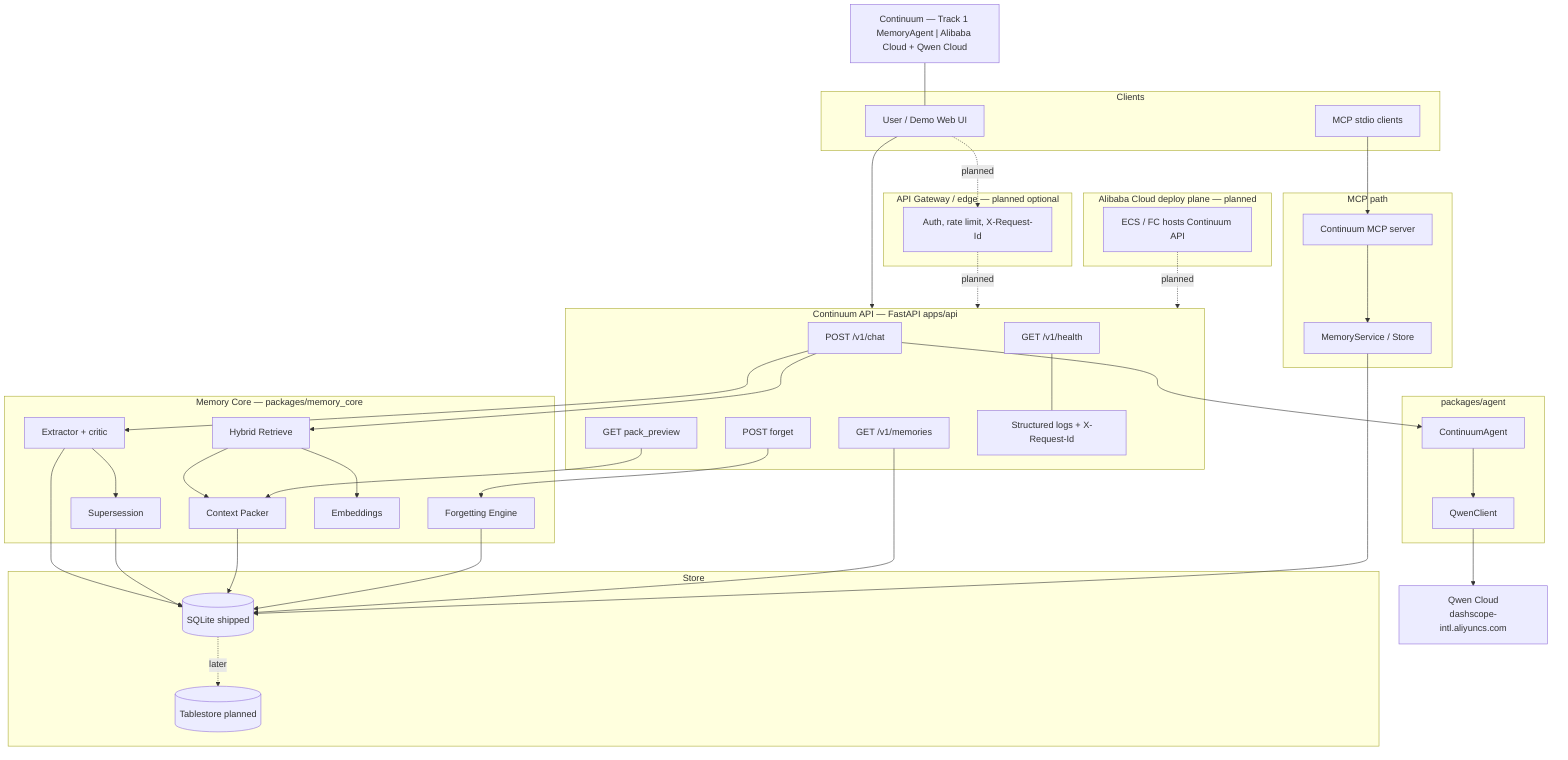
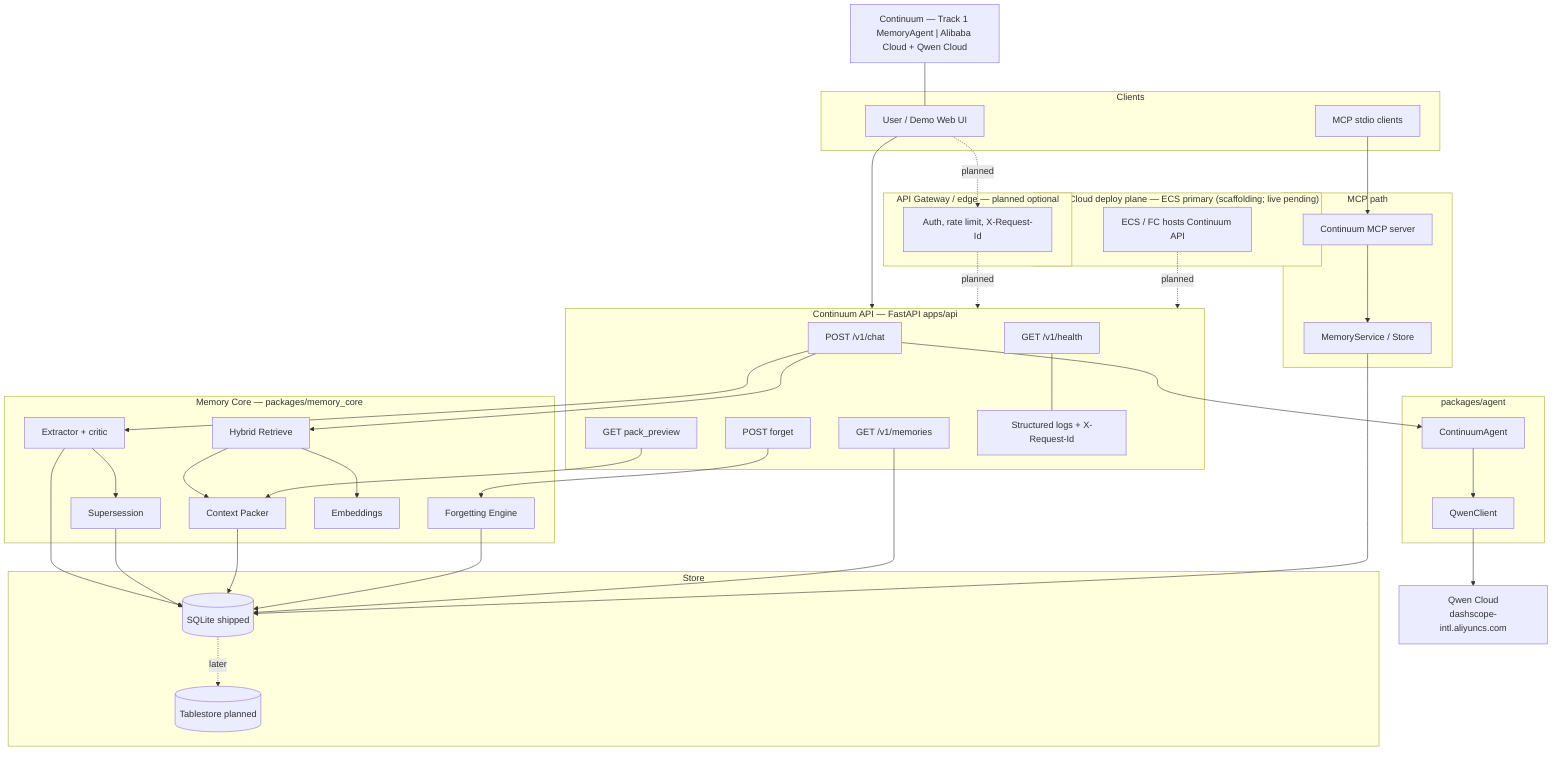
flowchart TB
    noteTitle["Continuum — Track 1 MemoryAgent | Alibaba Cloud + Qwen Cloud"]

    subgraph Clients["Clients"]
        Web[User / Demo Web UI]
        MCPCli[MCP stdio clients]
    end

    subgraph Edge["API Gateway / edge — planned optional"]
        GW[Auth, rate limit, X-Request-Id]
    end

-     subgraph Deploy["Alibaba Cloud deploy plane — planned"]
+     subgraph Deploy["Alibaba Cloud deploy plane — ECS primary (scaffolding; live pending)"]
        Host[ECS / FC hosts Continuum API]
    end

    subgraph API["Continuum API — FastAPI apps/api"]
        Health[GET /v1/health]
        Chat[POST /v1/chat]
        MemList[GET /v1/memories]
        PackPrev[GET pack_preview]
        ForgetEP[POST forget]
        Obs[Structured logs + X-Request-Id]
    end

    subgraph AgentPkg["packages/agent"]
        Agent[ContinuumAgent]
        QwenCli[QwenClient]
    end

    QwenCloud["Qwen Cloud<br/>dashscope-intl.aliyuncs.com"]

    subgraph MemCore["Memory Core — packages/memory_core"]
        Extract[Extractor + critic]
        Hybrid[Hybrid Retrieve]
        Packer[Context Packer]
        ForgetEng[Forgetting Engine]
        Super[Supersession]
        Embed[Embeddings]
    end

    subgraph StoreLayer["Store"]
        SQLite[(SQLite shipped)]
        Tablestore[(Tablestore planned)]
    end

    subgraph MCPSrv["MCP path"]
        MCPServer[Continuum MCP server]
        MemSvc[MemoryService / Store]
    end

    noteTitle --- Web
    Web --> API
    Web -.->|planned| GW
    GW -.->|planned| API
    Host -.->|planned| API

    Chat --> Hybrid
    Hybrid --> Embed
    Hybrid --> Packer
    Chat --> Agent
    Agent --> QwenCli
    QwenCli --> QwenCloud
    Chat --> Extract
    Extract --> Super
    Extract --> SQLite
    Super --> SQLite
    Packer --> SQLite
    ForgetEng --> SQLite
    MemList --> SQLite
    PackPrev --> Packer
    ForgetEP --> ForgetEng
    Health --- Obs
    SQLite -.->|later| Tablestore

    MCPCli --> MCPServer
    MCPServer --> MemSvc
    MemSvc --> SQLite
